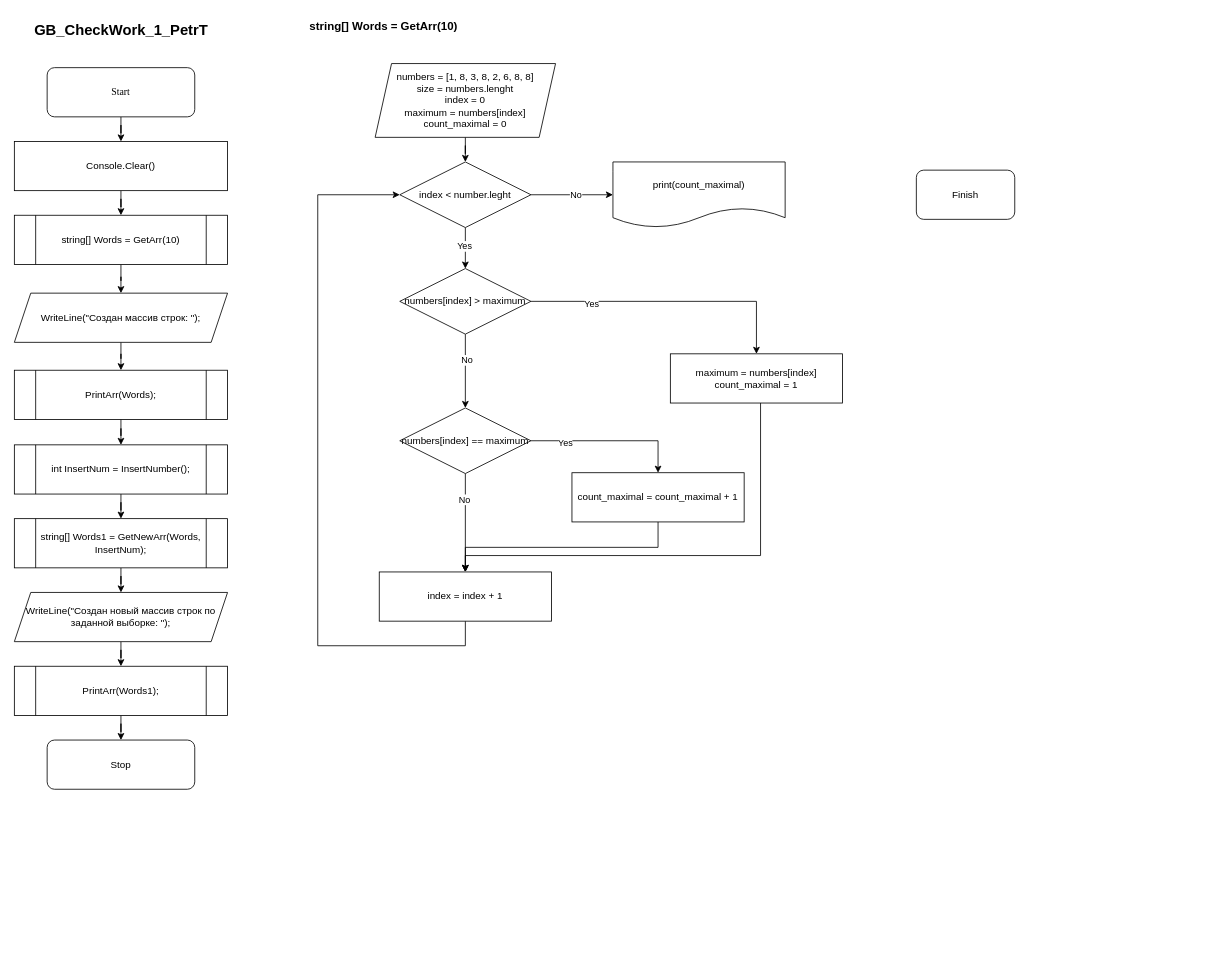
196-PetrT/GB_CheckWork_1_PetrT keeps this draw.io diagram as algorithm_diagram.drawio. Above is the earlier version. Source tidied: cells renumbered, new cells numbered last; positions are measured from the earlier drawing's top-left corner, leaving out a move shared by most shapes. Both pictures are drawn from the tidied source at 82%, with x=0, y=0 at pixel (14, 14).
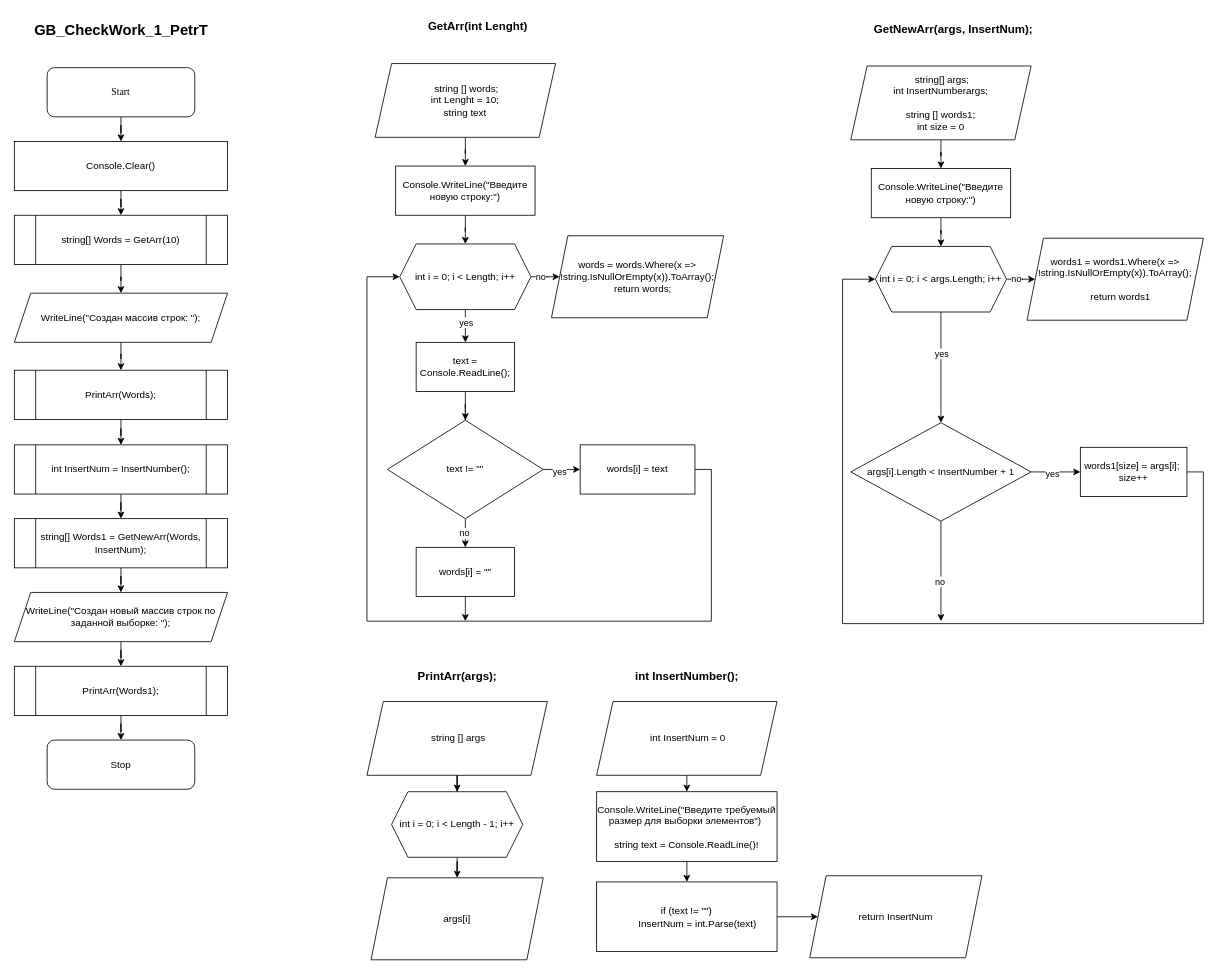
The same page after the edit.

Commit message (it also covers changes not shown here):
redact diagram

Diff of the diagram source:
```diff
@@
-    <mxCell id="4" style="edgeStyle=orthogonalEdgeStyle;rounded=0;jettySize=auto;html=1;entryX=0.5;entryY=0;entryDx=0;entryDy=0;" parent="1" edge="1" source="5" target="10">
-      <mxGeometry relative="1" as="geometry" />
-    </mxCell>
+    <mxCell id="48" style="edgeStyle=orthogonalEdgeStyle;rounded=0;jettySize=auto;html=1;entryX=0.5;entryY=0;entryDx=0;entryDy=0;" parent="1" edge="1" source="5" target="66">
+      <mxGeometry relative="1" as="geometry" />
+    </mxCell>
-    <mxCell id="5" value="numbers = [1, 8, 3, 8, 2, 6, 8, 8]&lt;br&gt;size = numbers.lenght&lt;br&gt;index = 0&lt;br&gt;maximum = numbers[index]&lt;br&gt;count_maximal = 0" style="shape=parallelogram;perimeter=parallelogramPerimeter;whiteSpace=wrap;html=1;fixedSize=1;" parent="1" vertex="1">
+    <mxCell id="5" value="&amp;nbsp;string [] words;&lt;br&gt;int Lenght = 10;&lt;br&gt;string text" style="shape=parallelogram;perimeter=parallelogramPerimeter;whiteSpace=wrap;html=1;fixedSize=1;" parent="1" vertex="1">
       <mxGeometry x="440" y="60" width="220" height="90" as="geometry" />
     </mxCell>
-    <mxCell id="6" style="edgeStyle=orthogonalEdgeStyle;rounded=0;jettySize=auto;html=1;entryX=0;entryY=0.5;entryDx=0;entryDy=0;" parent="1" edge="1" source="10" target="27">
-      <mxGeometry relative="1" as="geometry" />
-    </mxCell>
-    <mxCell id="7" value="No" style="edgeLabel;html=1;align=center;verticalAlign=middle;" parent="6" vertex="1">
-      <mxGeometry x="0.07" y="1" relative="1" as="geometry" />
-    </mxCell>
-    <mxCell id="8" style="edgeStyle=orthogonalEdgeStyle;rounded=0;jettySize=auto;html=1;entryX=0.5;entryY=0;entryDx=0;entryDy=0;" parent="1" edge="1" source="10" target="15">
-      <mxGeometry relative="1" as="geometry" />
-    </mxCell>
-    <mxCell id="9" value="Yes" style="edgeLabel;html=1;align=center;verticalAlign=middle;" parent="8" vertex="1">
-      <mxGeometry x="-0.12" y="-2" relative="1" as="geometry" />
-    </mxCell>
-    <mxCell id="10" value="index &amp;lt; number.leght" style="rhombus;whiteSpace=wrap;html=1;" parent="1" vertex="1">
-      <mxGeometry x="470" y="180" width="160" height="80" as="geometry" />
-    </mxCell>
-    <mxCell id="11" style="edgeStyle=orthogonalEdgeStyle;rounded=0;jettySize=auto;html=1;entryX=0.5;entryY=0;entryDx=0;entryDy=0;" parent="1" edge="1" source="15" target="17">
-      <mxGeometry relative="1" as="geometry" />
-    </mxCell>
-    <mxCell id="12" value="Yes" style="edgeLabel;html=1;align=center;verticalAlign=middle;" parent="11" vertex="1">
-      <mxGeometry x="-0.57" y="-2" relative="1" as="geometry" />
-    </mxCell>
-    <mxCell id="13" style="edgeStyle=orthogonalEdgeStyle;rounded=0;jettySize=auto;html=1;" parent="1" edge="1" source="15" target="22">
-      <mxGeometry relative="1" as="geometry" />
+    <mxCell id="13" style="edgeStyle=orthogonalEdgeStyle;rounded=0;orthogonalLoop=1;jettySize=auto;html=1;" parent="1" edge="1">
+      <mxGeometry relative="1" as="geometry">
+        <mxPoint x="550" y="480" as="sourcePoint" />
+        <mxPoint x="550" y="570" as="targetPoint" />
+      </mxGeometry>
     </mxCell>
@@
-    <mxCell id="15" value="numbers[index] &amp;gt; maximum" style="rhombus;whiteSpace=wrap;html=1;" parent="1" vertex="1">
-      <mxGeometry x="470" y="310" width="160" height="80" as="geometry" />
-    </mxCell>
-    <mxCell id="16" style="edgeStyle=orthogonalEdgeStyle;rounded=0;jettySize=auto;html=1;entryX=0.5;entryY=0;entryDx=0;entryDy=0;" parent="1" edge="1" source="17" target="26">
-      <mxGeometry relative="1" as="geometry">
-        <Array as="points">
-          <mxPoint x="910" y="660" />
-          <mxPoint x="550" y="660" />
-        </Array>
-      </mxGeometry>
-    </mxCell>
+    <mxCell id="49" style="edgeStyle=orthogonalEdgeStyle;rounded=0;jettySize=auto;html=1;entryX=0;entryY=0.5;entryDx=0;entryDy=0;" parent="1" edge="1" source="17" target="54">
+      <mxGeometry relative="1" as="geometry">
+        <Array as="points">
+          <mxPoint x="850" y="555" />
+          <mxPoint x="850" y="740" />
+          <mxPoint x="430" y="740" />
+          <mxPoint x="430" y="320" />
+        </Array>
+      </mxGeometry>
+    </mxCell>
-    <mxCell id="17" value="maximum = numbers[index]&lt;br&gt;count_maximal = 1" style="rounded=0;whiteSpace=wrap;html=1;" parent="1" vertex="1">
-      <mxGeometry x="800" y="414" width="210" height="60" as="geometry" />
+    <mxCell id="17" value="words[i] = text" style="rounded=0;whiteSpace=wrap;html=1;" parent="1" vertex="1">
+      <mxGeometry x="690" y="525" width="140" height="60" as="geometry" />
     </mxCell>
-    <mxCell id="18" style="edgeStyle=orthogonalEdgeStyle;rounded=0;jettySize=auto;html=1;entryX=0.5;entryY=0;entryDx=0;entryDy=0;" parent="1" edge="1" source="22" target="24">
-      <mxGeometry relative="1" as="geometry" />
-    </mxCell>
-    <mxCell id="19" value="Yes" style="edgeLabel;html=1;align=center;verticalAlign=middle;" parent="18" vertex="1">
-      <mxGeometry x="-0.58" y="-2" relative="1" as="geometry" />
-    </mxCell>
-    <mxCell id="20" style="edgeStyle=orthogonalEdgeStyle;rounded=0;jettySize=auto;html=1;entryX=0.5;entryY=0;entryDx=0;entryDy=0;" parent="1" edge="1" source="22" target="26">
-      <mxGeometry relative="1" as="geometry" />
-    </mxCell>
-    <mxCell id="21" value="No" style="edgeLabel;html=1;align=center;verticalAlign=middle;" parent="20" vertex="1">
-      <mxGeometry x="-0.49" y="-2" relative="1" as="geometry" />
-    </mxCell>
-    <mxCell id="22" value="numbers[index] == maximum" style="rhombus;whiteSpace=wrap;html=1;" parent="1" vertex="1">
-      <mxGeometry x="470" y="480" width="160" height="80" as="geometry" />
-    </mxCell>
-    <mxCell id="23" style="edgeStyle=orthogonalEdgeStyle;rounded=0;jettySize=auto;html=1;entryX=0.5;entryY=0;entryDx=0;entryDy=0;" parent="1" edge="1" source="24" target="26">
-      <mxGeometry relative="1" as="geometry">
-        <Array as="points">
-          <mxPoint x="785" y="650" />
-          <mxPoint x="550" y="650" />
-        </Array>
-      </mxGeometry>
-    </mxCell>
-    <mxCell id="24" value="count_maximal = count_maximal +&amp;nbsp;1" style="rounded=0;whiteSpace=wrap;html=1;" parent="1" vertex="1">
-      <mxGeometry x="680" y="559" width="210" height="60" as="geometry" />
-    </mxCell>
-    <mxCell id="25" style="edgeStyle=orthogonalEdgeStyle;rounded=0;jettySize=auto;html=1;entryX=0;entryY=0.5;entryDx=0;entryDy=0;" parent="1" edge="1" source="26" target="10">
-      <mxGeometry relative="1" as="geometry">
-        <Array as="points">
-          <mxPoint x="550" y="770" />
-          <mxPoint x="370" y="770" />
-          <mxPoint x="370" y="220" />
-        </Array>
-      </mxGeometry>
-    </mxCell>
-    <mxCell id="26" value="index = index +&amp;nbsp;1" style="rounded=0;whiteSpace=wrap;html=1;" parent="1" vertex="1">
-      <mxGeometry x="445" y="680" width="210" height="60" as="geometry" />
-    </mxCell>
-    <mxCell id="27" value="print(count_maximal)" style="shape=document;whiteSpace=wrap;html=1;boundedLbl=1;" parent="1" vertex="1">
-      <mxGeometry x="730" y="180" width="210" height="80" as="geometry" />
-    </mxCell>
-    <mxCell id="28" value="Finish" style="rounded=1;whiteSpace=wrap;html=1;" parent="1" vertex="1">
-      <mxGeometry x="1100" y="190" width="120" height="60" as="geometry" />
-    </mxCell>
-    <mxCell id="29" value="&lt;font style=&quot;font-size: 14px;&quot;&gt;&lt;b&gt;string[] Words = GetArr(10)&lt;/b&gt;&lt;/font&gt;" style="text;html=1;align=center;verticalAlign=middle;strokeColor=none;fillColor=none;" parent="1" vertex="1">
-      <mxGeometry x="350" width="200" height="30" as="geometry" />
+    <mxCell id="29" value="&lt;font style=&quot;font-size: 14px;&quot;&gt;&lt;span&gt;GetArr(int Lenght)&lt;/span&gt;&lt;/font&gt;" style="text;html=1;align=center;verticalAlign=middle;strokeColor=none;fillColor=none;fontStyle=1;" parent="1" vertex="1">
+      <mxGeometry x="495" width="140" height="30" as="geometry" />
     </mxCell>
@@
+    <mxCell id="50" style="edgeStyle=orthogonalEdgeStyle;rounded=0;jettySize=auto;html=1;entryX=0.5;entryY=0;entryDx=0;entryDy=0;" parent="1" edge="1" source="54" target="64">
+      <mxGeometry relative="1" as="geometry" />
+    </mxCell>
+    <mxCell id="51" value="yes" style="edgeLabel;html=1;align=center;verticalAlign=middle;" parent="50" vertex="1">
+      <mxGeometry x="-0.26" relative="1" as="geometry" />
+    </mxCell>
+    <mxCell id="52" style="edgeStyle=orthogonalEdgeStyle;rounded=0;jettySize=auto;html=1;" parent="1" edge="1" source="54" target="55">
+      <mxGeometry relative="1" as="geometry" />
+    </mxCell>
+    <mxCell id="53" value="no" style="edgeLabel;html=1;align=center;verticalAlign=middle;" parent="52" vertex="1">
+      <mxGeometry x="-0.12" y="-1" relative="1" as="geometry" />
+    </mxCell>
+    <mxCell id="54" value="int i = 0; i &amp;lt; Length; i++" style="shape=hexagon;perimeter=hexagonPerimeter2;whiteSpace=wrap;fixedSize=1;html=1;" parent="1" vertex="1">
+      <mxGeometry x="470" y="280" width="160" height="80" as="geometry" />
+    </mxCell>
+    <mxCell id="55" value="words = words.Where(x =&gt; !string.IsNullOrEmpty(x)).ToArray();&#10;    return words;" style="shape=parallelogram;perimeter=parallelogramPerimeter;whiteSpace=wrap;html=1;fixedSize=1;" parent="1" vertex="1">
+      <mxGeometry x="655" y="270" width="210" height="100" as="geometry" />
+    </mxCell>
+    <mxCell id="56" style="edgeStyle=orthogonalEdgeStyle;rounded=0;jettySize=auto;html=1;" parent="1" edge="1" source="57">
+      <mxGeometry relative="1" as="geometry">
+        <mxPoint x="550" y="740" as="targetPoint" />
+      </mxGeometry>
+    </mxCell>
+    <mxCell id="57" value="words[i] = &quot;&quot;" style="rounded=0;whiteSpace=wrap;html=1;" parent="1" vertex="1">
+      <mxGeometry x="490" y="650" width="120" height="60" as="geometry" />
+    </mxCell>
+    <mxCell id="58" style="edgeStyle=orthogonalEdgeStyle;rounded=0;jettySize=auto;html=1;" parent="1" edge="1" source="62" target="17">
+      <mxGeometry relative="1" as="geometry" />
+    </mxCell>
+    <mxCell id="59" value="yes" style="edgeLabel;html=1;align=center;verticalAlign=middle;" parent="58" vertex="1">
+      <mxGeometry x="-0.17" y="-2" relative="1" as="geometry" />
+    </mxCell>
+    <mxCell id="60" style="edgeStyle=orthogonalEdgeStyle;rounded=0;jettySize=auto;html=1;" parent="1" edge="1" source="62" target="57">
+      <mxGeometry relative="1" as="geometry" />
+    </mxCell>
+    <mxCell id="61" value="no" style="edgeLabel;html=1;align=center;verticalAlign=middle;" parent="60" vertex="1">
+      <mxGeometry x="0.2" y="-2" relative="1" as="geometry" />
+    </mxCell>
+    <mxCell id="62" value="text != &quot;&quot;" style="rhombus;whiteSpace=wrap;html=1;" parent="1" vertex="1">
+      <mxGeometry x="455" y="495" width="190" height="120" as="geometry" />
+    </mxCell>
+    <mxCell id="63" style="edgeStyle=orthogonalEdgeStyle;rounded=0;jettySize=auto;html=1;entryX=0.5;entryY=0;entryDx=0;entryDy=0;" parent="1" edge="1" source="64" target="62">
+      <mxGeometry relative="1" as="geometry" />
+    </mxCell>
+    <mxCell id="64" value="text = Console.ReadLine();" style="rounded=0;whiteSpace=wrap;html=1;" parent="1" vertex="1">
+      <mxGeometry x="490" y="400" width="120" height="60" as="geometry" />
+    </mxCell>
+    <mxCell id="65" style="edgeStyle=orthogonalEdgeStyle;rounded=0;jettySize=auto;html=1;entryX=0.5;entryY=0;entryDx=0;entryDy=0;" parent="1" edge="1" source="66" target="54">
+      <mxGeometry relative="1" as="geometry" />
+    </mxCell>
+    <mxCell id="66" value="Console.WriteLine(&quot;Введите новую строку:&quot;)" style="rounded=0;whiteSpace=wrap;html=1;" parent="1" vertex="1">
+      <mxGeometry x="465" y="185" width="170" height="60" as="geometry" />
+    </mxCell>
+    <mxCell id="67" value="&lt;font style=&quot;font-size: 14px;&quot;&gt;PrintArr(args);&lt;/font&gt;" style="text;html=1;align=center;verticalAlign=middle;strokeColor=none;fillColor=none;fontStyle=1;" parent="1" vertex="1">
+      <mxGeometry x="480" y="792" width="120" height="30" as="geometry" />
+    </mxCell>
+    <mxCell id="68" style="edgeStyle=orthogonalEdgeStyle;rounded=0;jettySize=auto;html=1;entryX=0.5;entryY=0;entryDx=0;entryDy=0;" parent="1" edge="1" source="69" target="71">
+      <mxGeometry relative="1" as="geometry" />
+    </mxCell>
+    <mxCell id="69" value="&amp;nbsp;string [] args" style="shape=parallelogram;perimeter=parallelogramPerimeter;whiteSpace=wrap;html=1;fixedSize=1;" parent="1" vertex="1">
+      <mxGeometry x="430" y="838" width="220" height="90" as="geometry" />
+    </mxCell>
+    <mxCell id="70" style="edgeStyle=orthogonalEdgeStyle;rounded=0;jettySize=auto;html=1;" parent="1" edge="1" source="71" target="72">
+      <mxGeometry relative="1" as="geometry" />
+    </mxCell>
+    <mxCell id="71" value="int i = 0; i &amp;lt; Length - 1; i++" style="shape=hexagon;perimeter=hexagonPerimeter2;whiteSpace=wrap;fixedSize=1;html=1;" parent="1" vertex="1">
+      <mxGeometry x="460" y="948" width="160" height="80" as="geometry" />
+    </mxCell>
+    <mxCell id="72" value="args[i]" style="shape=parallelogram;perimeter=parallelogramPerimeter;whiteSpace=wrap;html=1;fixedSize=1;" parent="1" vertex="1">
+      <mxGeometry x="435" y="1053" width="210" height="100" as="geometry" />
+    </mxCell>
+    <mxCell id="73" value="int InsertNumber();" style="text;html=1;align=center;verticalAlign=middle;strokeColor=none;fillColor=none;fontStyle=1;fontSize=14;" parent="1" vertex="1">
+      <mxGeometry x="745.1" y="792" width="150" height="30" as="geometry" />
+    </mxCell>
+    <mxCell id="74" style="edgeStyle=orthogonalEdgeStyle;rounded=0;jettySize=auto;html=1;entryX=0.5;entryY=0;entryDx=0;entryDy=0;" parent="1" edge="1" source="75">
+      <mxGeometry relative="1" as="geometry">
+        <mxPoint x="820.1" y="948" as="targetPoint" />
+      </mxGeometry>
+    </mxCell>
+    <mxCell id="75" value="&amp;nbsp;int InsertNum = 0" style="shape=parallelogram;perimeter=parallelogramPerimeter;whiteSpace=wrap;html=1;fixedSize=1;" parent="1" vertex="1">
+      <mxGeometry x="710.1" y="838" width="220" height="90" as="geometry" />
+    </mxCell>
+    <mxCell id="76" style="edgeStyle=orthogonalEdgeStyle;rounded=0;jettySize=auto;html=1;entryX=0.5;entryY=0;entryDx=0;entryDy=0;" parent="1" edge="1" target="80">
+      <mxGeometry relative="1" as="geometry">
+        <mxPoint x="820.2" y="1028" as="sourcePoint" />
+      </mxGeometry>
+    </mxCell>
+    <mxCell id="77" value="return InsertNum" style="shape=parallelogram;perimeter=parallelogramPerimeter;whiteSpace=wrap;html=1;fixedSize=1;" parent="1" vertex="1">
+      <mxGeometry x="970" y="1050.5" width="210" height="100" as="geometry" />
+    </mxCell>
+    <mxCell id="78" value="Console.WriteLine(&quot;Введите требуемый размер для выборки элементов&quot;)&amp;nbsp;&lt;br&gt;&lt;br&gt;string text = Console.ReadLine()!" style="rounded=0;whiteSpace=wrap;html=1;" parent="1" vertex="1">
+      <mxGeometry x="710.1" y="948" width="220" height="85" as="geometry" />
+    </mxCell>
+    <mxCell id="79" style="edgeStyle=orthogonalEdgeStyle;rounded=0;jettySize=auto;html=1;entryX=0;entryY=0.5;entryDx=0;entryDy=0;" parent="1" edge="1" source="80" target="77">
+      <mxGeometry relative="1" as="geometry" />
+    </mxCell>
+    <mxCell id="80" value="if (text != &quot;&quot;)&lt;br&gt;&amp;nbsp; &amp;nbsp; &amp;nbsp; &amp;nbsp; InsertNum = int.Parse(text)" style="rounded=0;whiteSpace=wrap;html=1;" parent="1" vertex="1">
+      <mxGeometry x="710.1" y="1058" width="220" height="85" as="geometry" />
+    </mxCell>
+    <mxCell id="81" style="edgeStyle=orthogonalEdgeStyle;rounded=0;jettySize=auto;html=1;entryX=0.5;entryY=0;entryDx=0;entryDy=0;" parent="1" edge="1" source="82" target="98">
+      <mxGeometry relative="1" as="geometry" />
+    </mxCell>
+    <mxCell id="82" value="&amp;nbsp;string[] args;&lt;br&gt;int InsertNumberargs;&lt;br&gt;&lt;br&gt;string [] words1;&lt;br&gt;int size = 0" style="shape=parallelogram;perimeter=parallelogramPerimeter;whiteSpace=wrap;html=1;fixedSize=1;" parent="1" vertex="1">
+      <mxGeometry x="1020" y="63" width="220" height="90" as="geometry" />
+    </mxCell>
+    <mxCell id="83" style="edgeStyle=orthogonalEdgeStyle;rounded=0;jettySize=auto;html=1;entryX=0;entryY=0.5;entryDx=0;entryDy=0;" parent="1" edge="1" source="84" target="90">
+      <mxGeometry relative="1" as="geometry">
+        <Array as="points">
+          <mxPoint x="1450" y="558" />
+          <mxPoint x="1450" y="743" />
+          <mxPoint x="1010" y="743" />
+          <mxPoint x="1010" y="323" />
+        </Array>
+      </mxGeometry>
+    </mxCell>
+    <mxCell id="84" value="words1[size] = args[i];&amp;nbsp;&lt;br&gt;size++" style="rounded=0;whiteSpace=wrap;html=1;" parent="1" vertex="1">
+      <mxGeometry x="1300" y="528" width="130" height="60" as="geometry" />
+    </mxCell>
+    <mxCell id="85" value="GetNewArr(args, InsertNum);" style="text;html=1;align=center;verticalAlign=middle;strokeColor=none;fillColor=none;fontStyle=1;fontSize=14;" parent="1" vertex="1">
+      <mxGeometry x="1035" y="3" width="220" height="30" as="geometry" />
+    </mxCell>
+    <mxCell id="86" style="edgeStyle=orthogonalEdgeStyle;rounded=0;jettySize=auto;html=1;entryX=0.5;entryY=0;entryDx=0;entryDy=0;" parent="1" edge="1" source="90" target="96">
+      <mxGeometry relative="1" as="geometry" />
+    </mxCell>
+    <mxCell id="87" value="yes" style="edgeLabel;html=1;align=center;verticalAlign=middle;" parent="86" vertex="1">
+      <mxGeometry x="-0.26" relative="1" as="geometry" />
+    </mxCell>
+    <mxCell id="88" style="edgeStyle=orthogonalEdgeStyle;rounded=0;jettySize=auto;html=1;" parent="1" edge="1" source="90" target="91">
+      <mxGeometry relative="1" as="geometry" />
+    </mxCell>
+    <mxCell id="89" value="no" style="edgeLabel;html=1;align=center;verticalAlign=middle;" parent="88" vertex="1">
+      <mxGeometry x="-0.12" y="-1" relative="1" as="geometry" />
+    </mxCell>
+    <mxCell id="90" value="int i = 0; i &amp;lt; args.Length; i++" style="shape=hexagon;perimeter=hexagonPerimeter2;whiteSpace=wrap;fixedSize=1;html=1;" parent="1" vertex="1">
+      <mxGeometry x="1050" y="283" width="160" height="80" as="geometry" />
+    </mxCell>
+    <mxCell id="91" value="words1 = words1.Where(x =&amp;gt; !string.IsNullOrEmpty(x)).ToArray();&lt;br&gt;&lt;br&gt;&amp;nbsp; &amp;nbsp; return words1" style="shape=parallelogram;perimeter=parallelogramPerimeter;whiteSpace=wrap;html=1;fixedSize=1;" parent="1" vertex="1">
+      <mxGeometry x="1235" y="273" width="215" height="100" as="geometry" />
+    </mxCell>
+    <mxCell id="92" style="edgeStyle=orthogonalEdgeStyle;rounded=0;jettySize=auto;html=1;" parent="1" edge="1" source="96" target="84">
+      <mxGeometry relative="1" as="geometry" />
+    </mxCell>
+    <mxCell id="93" value="yes" style="edgeLabel;html=1;align=center;verticalAlign=middle;" parent="92" vertex="1">
+      <mxGeometry x="-0.17" y="-2" relative="1" as="geometry" />
+    </mxCell>
+    <mxCell id="94" style="edgeStyle=orthogonalEdgeStyle;rounded=0;jettySize=auto;html=1;" parent="1" edge="1" source="96">
+      <mxGeometry relative="1" as="geometry">
+        <mxPoint x="1130" y="740" as="targetPoint" />
+      </mxGeometry>
+    </mxCell>
+    <mxCell id="95" value="no" style="edgeLabel;html=1;align=center;verticalAlign=middle;" parent="94" vertex="1">
+      <mxGeometry x="0.2" y="-2" relative="1" as="geometry" />
+    </mxCell>
+    <mxCell id="96" value="args[i].Length &lt; InsertNumber + 1" style="rhombus;whiteSpace=wrap;html=1;" parent="1" vertex="1">
+      <mxGeometry x="1020" y="498" width="220" height="120" as="geometry" />
+    </mxCell>
+    <mxCell id="97" style="edgeStyle=orthogonalEdgeStyle;rounded=0;jettySize=auto;html=1;entryX=0.5;entryY=0;entryDx=0;entryDy=0;" parent="1" edge="1" source="98" target="90">
+      <mxGeometry relative="1" as="geometry" />
+    </mxCell>
+    <mxCell id="98" value="Console.WriteLine(&quot;Введите новую строку:&quot;)" style="rounded=0;whiteSpace=wrap;html=1;" parent="1" vertex="1">
+      <mxGeometry x="1045" y="188" width="170" height="60" as="geometry" />
+    </mxCell>
```
